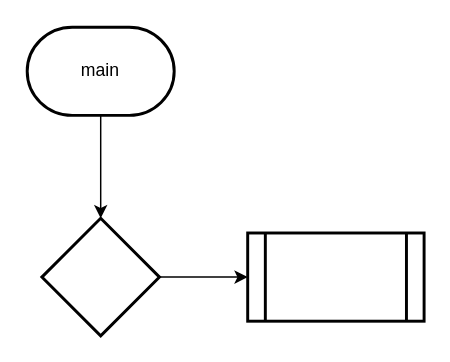
Above: main.drawio in shahxvi/csc126-group-project (draw.io), before the change. Source tidied: cells renumbered, new cells numbered last; positions are measured from the earlier drawing's top-left corner, leaving out a move shared by most shapes. Both pictures are drawn from the tidied source at 147%, with x=0, y=0 at pixel (26, 26).
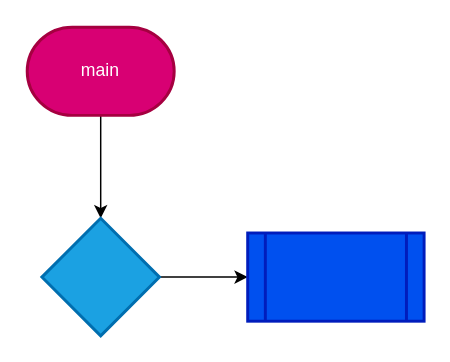
The same page after the edit.

Commit message:
Add colors to flowchart

The edit, as a diff of the source:
```diff
@@
 <mxGraphModel>
   <root>
     <mxCell id="0" />
     <mxCell id="1" parent="0" />
-    <mxCell id="2" style="edgeStyle=none;html=1;" parent="1" edge="1" source="3" target="5">
+    <mxCell id="2" style="edgeStyle=none;html=1;rounded=0;" parent="1" edge="1" source="3" target="5">
       <mxGeometry relative="1" as="geometry" />
     </mxCell>
-    <mxCell id="3" value="main" style="strokeWidth=2;html=1;shape=mxgraph.flowchart.terminator;whiteSpace=wrap;" parent="1" vertex="1">
+    <mxCell id="3" value="&lt;span&gt;&lt;font style=&quot;color: rgb(255, 255, 255);&quot;&gt;main&lt;/font&gt;&lt;/span&gt;" style="strokeWidth=2;html=1;shape=mxgraph.flowchart.terminator;whiteSpace=wrap;rounded=0;fillColor=#d80073;fontColor=#ffffff;strokeColor=#A50040;" parent="1" vertex="1">
       <mxGeometry width="100" height="60" as="geometry" />
     </mxCell>
-    <mxCell id="4" style="edgeStyle=none;html=1;" parent="1" edge="1" source="5" target="6">
+    <mxCell id="4" style="edgeStyle=none;html=1;rounded=0;" parent="1" edge="1" source="5" target="6">
       <mxGeometry relative="1" as="geometry" />
     </mxCell>
-    <mxCell id="5" style="rhombus;whiteSpace=wrap;html=1;strokeWidth=2;" parent="1" vertex="1">
+    <mxCell id="5" style="rhombus;whiteSpace=wrap;html=1;strokeWidth=2;rounded=0;fillColor=#1ba1e2;fontColor=#ffffff;strokeColor=#006EAF;" parent="1" vertex="1">
       <mxGeometry x="10" y="130" width="80" height="80" as="geometry" />
     </mxCell>
-    <mxCell id="6" style="shape=process;whiteSpace=wrap;html=1;backgroundOutline=1;strokeWidth=2;" parent="1" vertex="1">
+    <mxCell id="6" style="shape=process;whiteSpace=wrap;html=1;backgroundOutline=1;strokeWidth=2;rounded=0;fillColor=#0050ef;strokeColor=#001DBC;fontColor=#ffffff;" parent="1" vertex="1">
       <mxGeometry x="150" y="140" width="120" height="60" as="geometry" />
     </mxCell>
   </root>
 </mxGraphModel>
```
